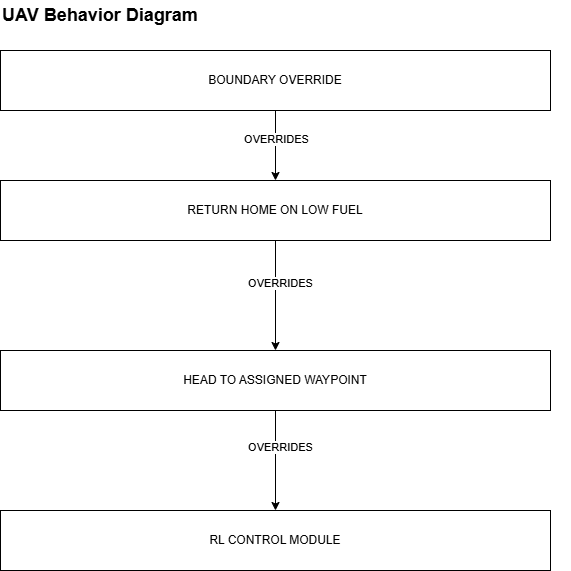
Earlier version of the draw.io export SystemDesign-UAV Subsumption.drawio.png (streklin/industry-integrated-ai-systems-synthesis). Source tidied: cells renumbered, new cells last; positions are measured from the earlier drawing's top-left corner, leaving out a move shared by most shapes.
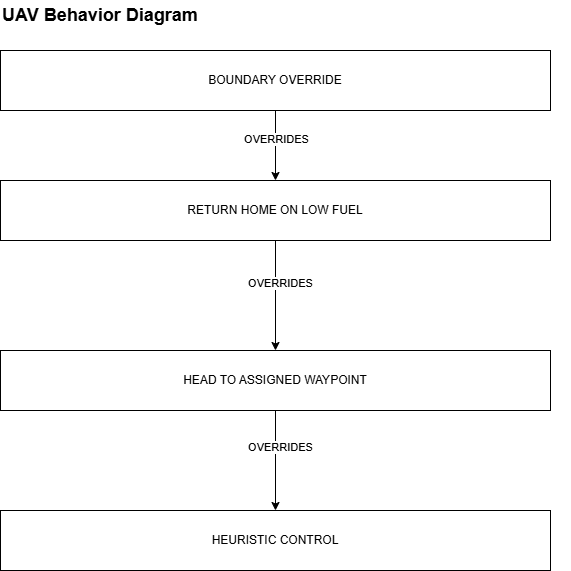
After the change.

The edit, as a diff of the source:
```diff
@@ -20,7 +20,7 @@
     <mxCell id="7" value="HEAD TO ASSIGNED WAYPOINT" style="rounded=0;whiteSpace=wrap;html=1;" parent="1" vertex="1">
       <mxGeometry y="350" width="550" height="60" as="geometry" />
     </mxCell>
-    <mxCell id="8" value="RL CONTROL MODULE" style="rounded=0;whiteSpace=wrap;html=1;" parent="1" vertex="1">
+    <mxCell id="8" value="HEURISTIC CONTROL" style="rounded=0;whiteSpace=wrap;html=1;" parent="1" vertex="1">
       <mxGeometry y="510" width="550" height="60" as="geometry" />
     </mxCell>
     <mxCell id="9" value="UAV Behavior Diagram" style="text;html=1;align=left;verticalAlign=middle;whiteSpace=wrap;rounded=0;fontSize=18;fontStyle=1;" parent="1" vertex="1">
```
